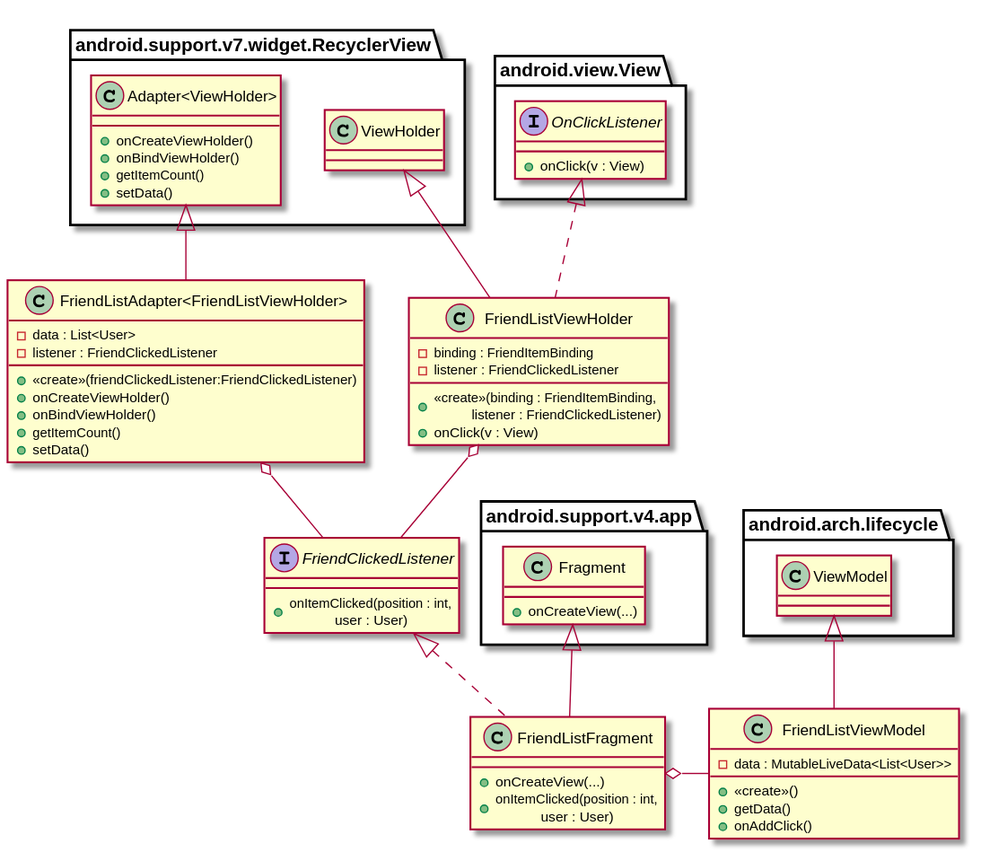
Before: entwurf/images/lists.svg, a diagram exported from PlantUML (V0G3L/treff.).
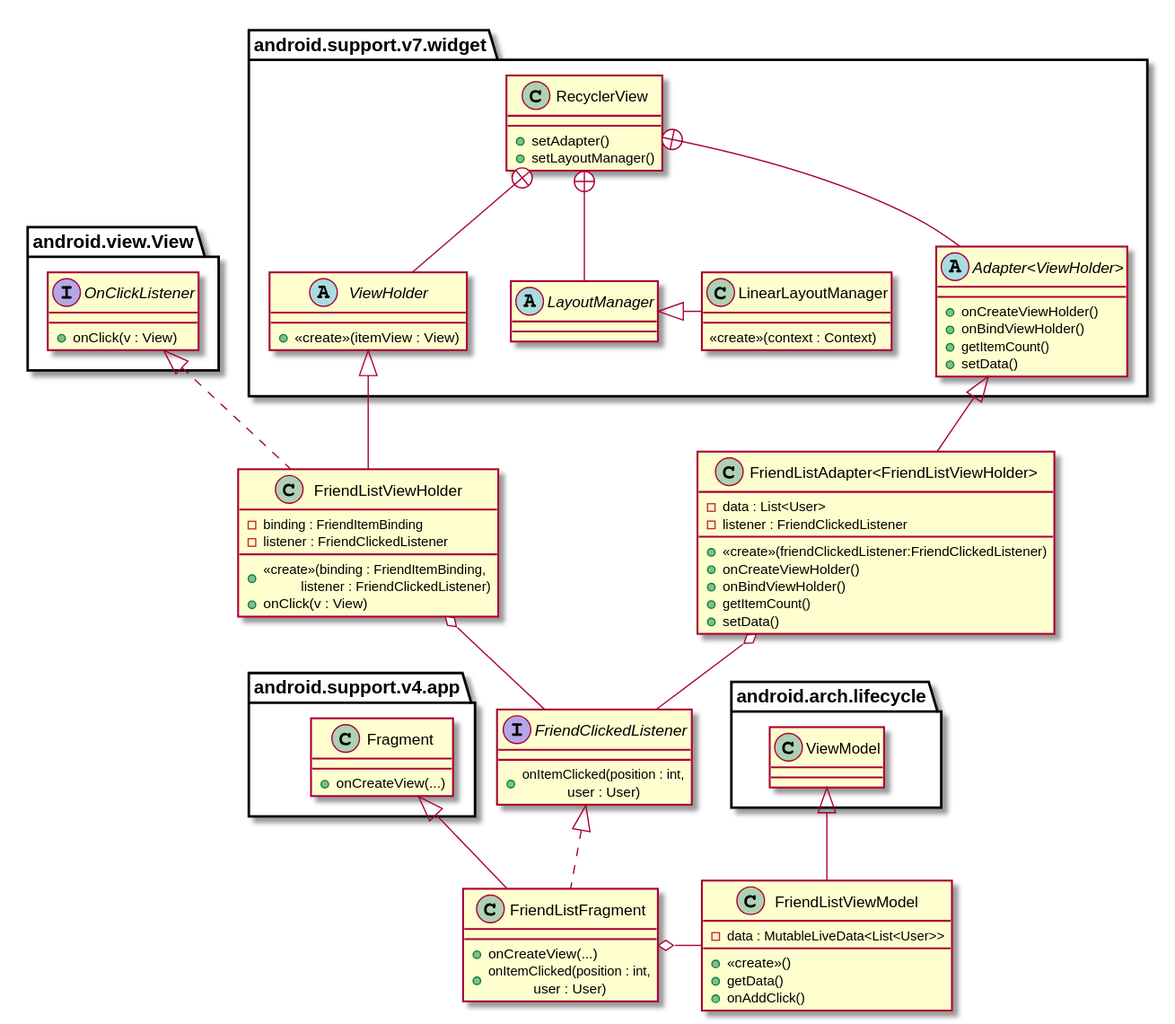
After the change.

Commit message:
Update diagrams and implement into entwurf (does not compile!)

Change to the diagram source:
```diff
@@ -44,15 +44,33 @@
         +onClick(v : View)
     }
 }
-package android.support.v7.widget.RecyclerView {
-    class "Adapter<ViewHolder>" {
+package android.support.v7.widget {
+    class RecyclerView {
+        +setAdapter()
+        +setLayoutManager()
+    }
+    abstract class "Adapter<ViewHolder>" {
         +onCreateViewHolder()
         +onBindViewHolder()
         +getItemCount()
         +setData()
     }
-    class ViewHolder
+    abstract class ViewHolder {
+        +<<create>>(itemView : View)
+    }
+
+    abstract class LayoutManager
+
+    class LinearLayoutManager {
+        <<create>>(context : Context)
+    }
 }
+
+
+RecyclerView +-- "Adapter<ViewHolder>"
+RecyclerView +-- ViewHolder
+RecyclerView +-- LayoutManager
+LayoutManager <|-left- LinearLayoutManager
 
 FriendClickedListener <|.. FriendListFragment
 ViewModel <|-- FriendListViewModel
```
